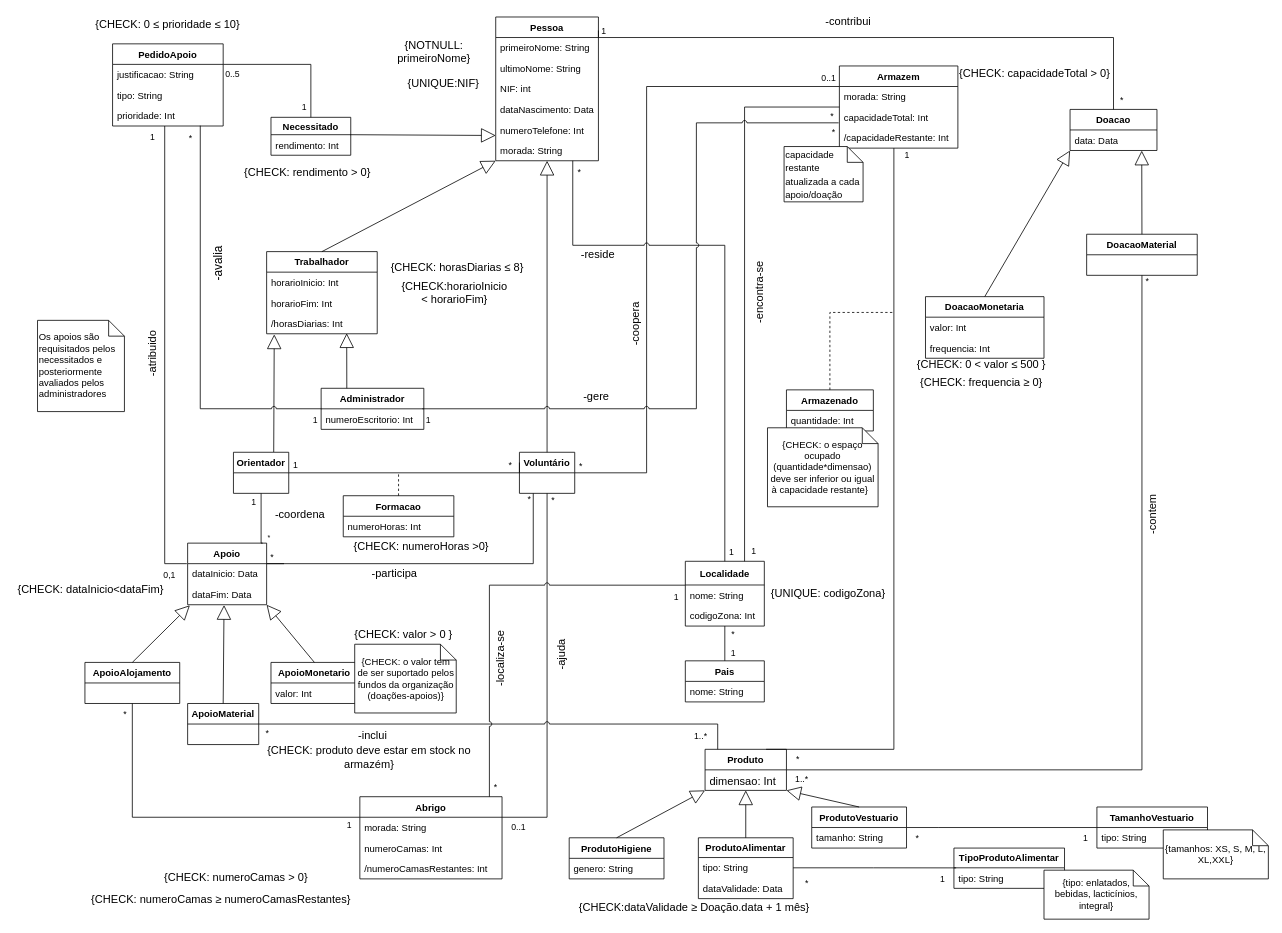
The draw.io diagram Delivery_I/diagram.drawio in francisco-rente/FEUP-BDAD, before the edit. Source tidied: cells renumbered, new cells numbered last; positions are measured from the earlier drawing's top-left corner, leaving out a move shared by most shapes. Both pictures are drawn from the tidied source at 79%, with x=0, y=0 at pixel (13, 13).
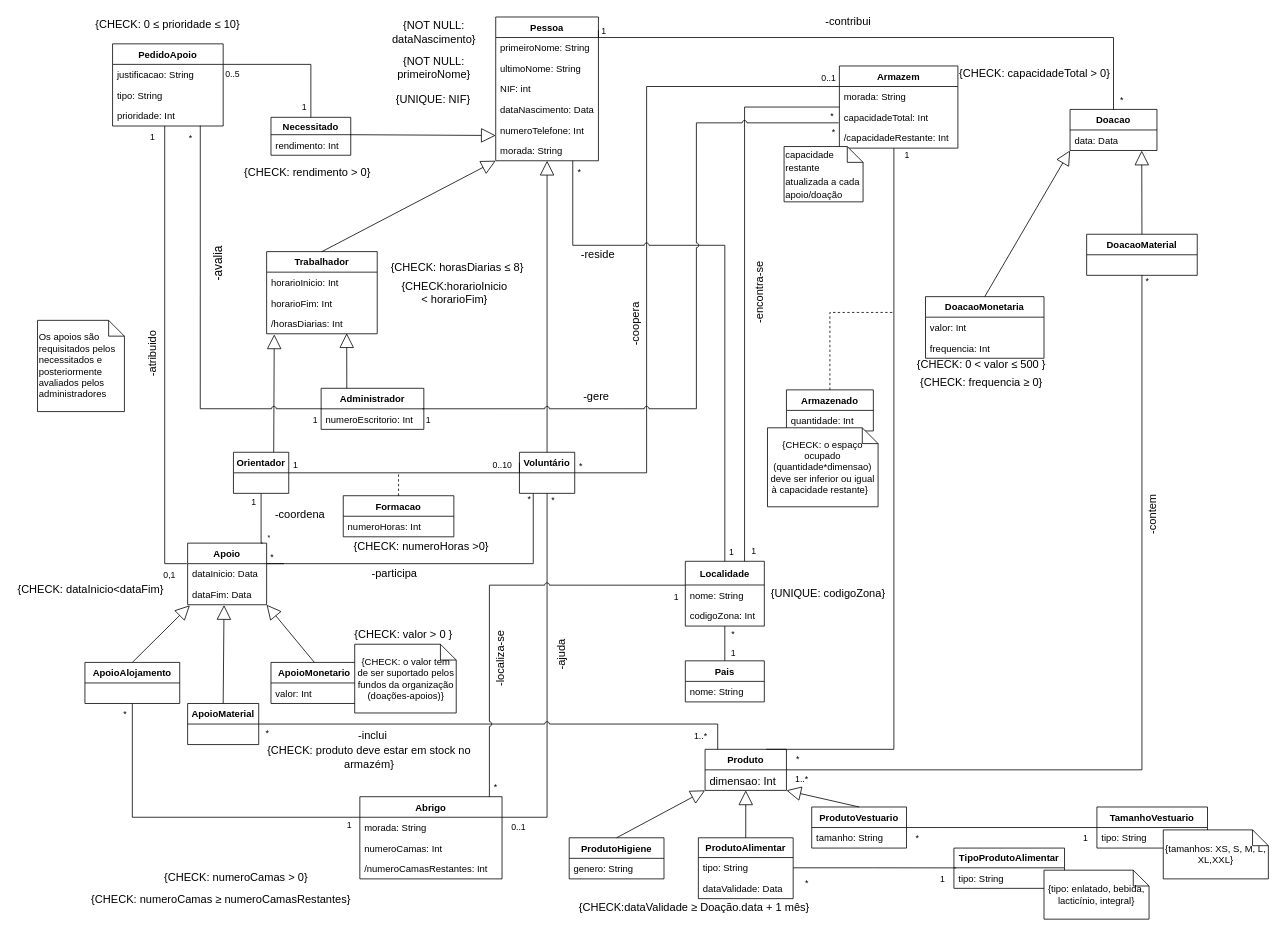
Above is the later version.

Unchanged cells that the change refers to:
```xml
<mxCell id="74" style="endArrow=none;html=1;edgeStyle=orthogonalEdgeStyle;strokeColor=#000000;entryX=0;entryY=0.25;entryDx=0;entryDy=0;exitX=1;exitY=0.5;exitDx=0;exitDy=0;rounded=0;jumpStyle=arc;" parent="1" edge="1" source="14" target="13">
  <mxGeometry x="130" y="26" as="geometry">
    <Array as="points">
      <mxPoint x="640" y="581" />
    </Array>
  </mxGeometry>
</mxCell>
```

Change to the diagram source:
```diff
@@
-    <mxCell id="76" value="*" style="edgeLabel;html=1;align=right;verticalAlign=bottom;" parent="74" vertex="1">
+    <mxCell id="76" value="0..10" style="edgeLabel;html=1;align=right;verticalAlign=bottom;" parent="74" vertex="1">
       <mxGeometry x="1" relative="1" as="geometry">
         <mxPoint x="-9" y="10.8" as="offset" />
       </mxGeometry>
     </mxCell>
@@
-    <mxCell id="98" value="&lt;font style=&quot;font-size: 14px&quot;&gt;{UNIQUE:NIF}&lt;/font&gt;" style="text;html=1;strokeColor=none;fillColor=none;align=center;verticalAlign=middle;whiteSpace=wrap;rounded=0;" parent="1" vertex="1">
-      <mxGeometry x="490" y="78" width="108" height="20" as="geometry" />
+    <mxCell id="98" value="&lt;font style=&quot;font-size: 14px&quot;&gt;{UNIQUE: NIF}&lt;/font&gt;" style="text;html=1;strokeColor=none;fillColor=none;align=center;verticalAlign=middle;whiteSpace=wrap;rounded=0;" parent="1" vertex="1">
+      <mxGeometry x="476.5" y="98" width="108" height="20" as="geometry" />
     </mxCell>
@@
-    <mxCell id="175" value="{tipo: enlatados, bebidas, lacticínios, integral} " style="shape=note;size=20;whiteSpace=wrap;html=1;fontSize=12;align=center;" parent="1" vertex="1">
+    <mxCell id="175" value="{tipo: enlatado, bebida, lacticínio, integral} " style="shape=note;size=20;whiteSpace=wrap;html=1;fontSize=12;align=center;" parent="1" vertex="1">
       <mxGeometry x="1304" y="1084" width="133" height="62" as="geometry" />
     </mxCell>
-    <mxCell id="176" value="&lt;font style=&quot;font-size: 14px&quot;&gt;{NOTNULL: primeiroNome} &lt;/font&gt;" style="text;html=1;strokeColor=none;fillColor=none;align=center;verticalAlign=middle;whiteSpace=wrap;rounded=0;fontSize=12;" parent="1" vertex="1">
-      <mxGeometry x="460" y="38" width="143.5" height="20" as="geometry" />
+    <mxCell id="176" value="&lt;font style=&quot;font-size: 14px&quot;&gt;{NOT NULL: primeiroNome} &lt;/font&gt;" style="text;html=1;strokeColor=none;fillColor=none;align=center;verticalAlign=middle;whiteSpace=wrap;rounded=0;fontSize=12;" parent="1" vertex="1">
+      <mxGeometry x="460" y="58" width="143.5" height="20" as="geometry" />
     </mxCell>
@@
+    <mxCell id="179" value="&lt;font style=&quot;font-size: 14px&quot;&gt;{NOT NULL: dataNascimento} &lt;/font&gt;" style="text;html=1;strokeColor=none;fillColor=none;align=center;verticalAlign=middle;whiteSpace=wrap;rounded=0;fontSize=12;" parent="1" vertex="1">
+      <mxGeometry x="460" y="7" width="143.5" height="32" as="geometry" />
+    </mxCell>
```
